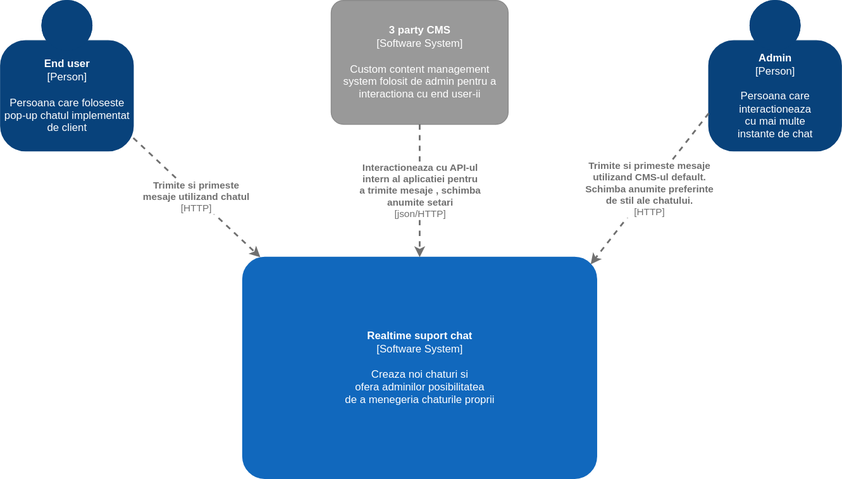
buj99/RealtimeSupportChat keeps this draw.io diagram as ContextDiagram.svg. Above is the earlier version. Source tidied: cells renumbered, new cells last; positions are measured from the earlier drawing's top-left corner, leaving out a move shared by most shapes.
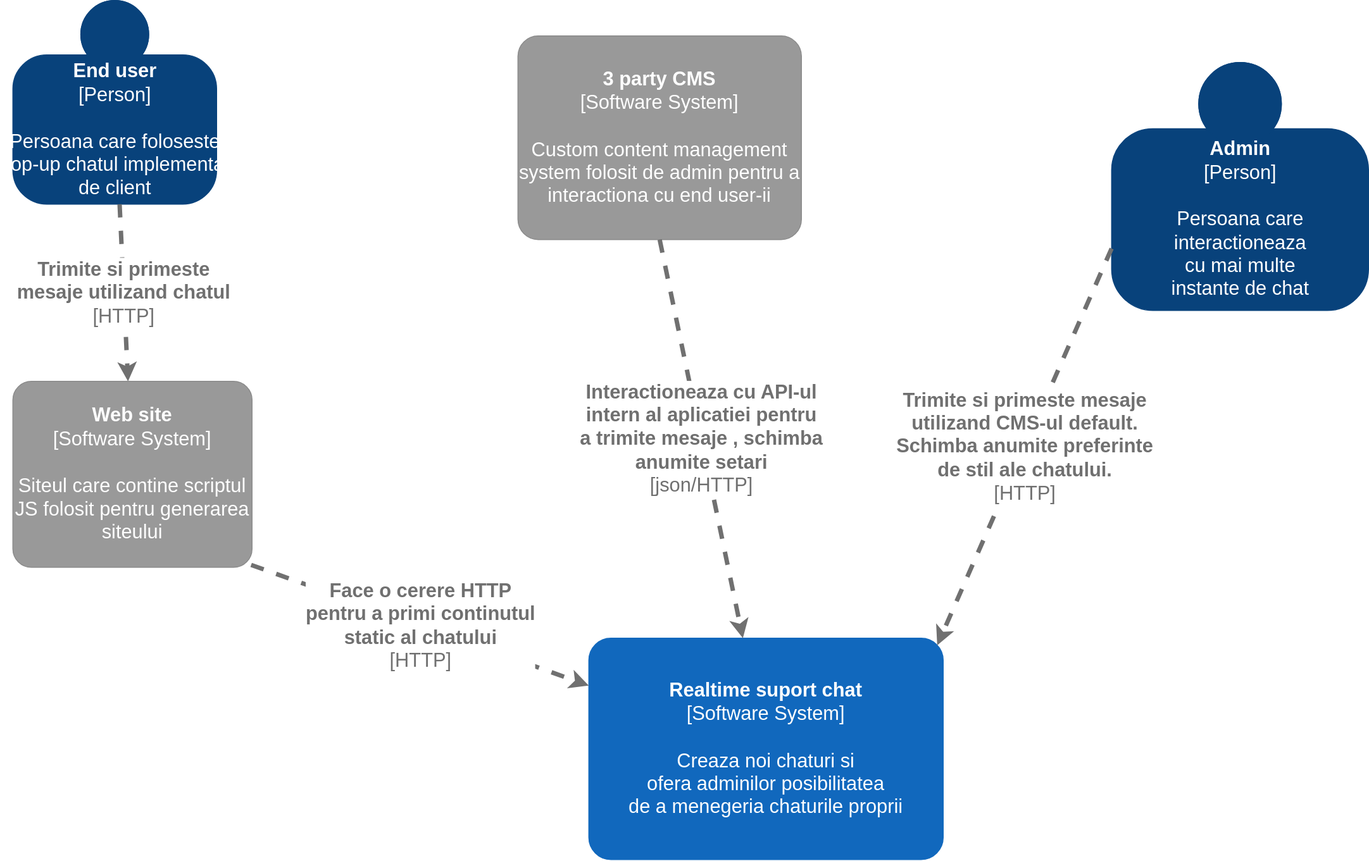
After the commit.

Diff of the diagram source:
```diff
@@ -2,43 +2,53 @@
   <root>
     <mxCell id="0" />
     <mxCell id="1" parent="0" />
-    <object id="2" label="&lt;b&gt;%c4Name%&lt;/b&gt;&lt;div&gt;[%c4Type%]&lt;/div&gt;&lt;br&gt;&lt;div&gt;%c4Description%&lt;/div&gt;" c4Description="Persoana care foloseste&#10;pop-up chatul implementat&#10; de client" c4Name="End user" c4Type="Person" placeholders="1">
-      <mxCell style="html=1;dashed=0;whitespace=wrap;shape=mxgraph.c4.person;align=center;points=[[0.5,0,0],[1,0.5,0],[1,0.75,0],[0.75,1,0],[0.5,1,0],[0.25,1,0],[0,0.75,0],[0,0.5,0]];metaData={&quot;c4Type&quot;:{&quot;editable&quot;:false}};labelBackgroundColor=none;flipH=1;flipV=0;fillColor=#08427B;strokeColor=#08427B;fontColor=#FFFFFF;" parent="1" vertex="1">
-        <mxGeometry width="150" height="170" as="geometry" />
+    <object id="2" label="&lt;b style=&quot;font-size: 22px;&quot;&gt;%c4Name%&lt;/b&gt;&lt;div style=&quot;font-size: 22px;&quot;&gt;[%c4Type%]&lt;/div&gt;&lt;br style=&quot;font-size: 22px;&quot;&gt;&lt;div style=&quot;font-size: 22px;&quot;&gt;%c4Description%&lt;/div&gt;" c4Description="Persoana care foloseste&#10;pop-up chatul implementat&#10; de client" c4Name="End user" c4Type="Person" placeholders="1">
+      <mxCell style="html=1;dashed=0;whitespace=wrap;shape=mxgraph.c4.person;align=center;points=[[0.5,0,0],[1,0.5,0],[1,0.75,0],[0.75,1,0],[0.5,1,0],[0.25,1,0],[0,0.75,0],[0,0.5,0]];metaData={&quot;c4Type&quot;:{&quot;editable&quot;:false}};labelBackgroundColor=none;flipH=1;flipV=0;fillColor=#08427B;strokeColor=#08427B;fontColor=#FFFFFF;fontSize=22;" parent="1" vertex="1">
+        <mxGeometry width="230" height="230" as="geometry" />
       </mxCell>
     </object>
-    <object id="3" label="&lt;b&gt;%c4Name%&lt;/b&gt;&lt;div&gt;[%c4Type%]&lt;/div&gt;&lt;br&gt;&lt;div&gt;%c4Description%&lt;/div&gt;" c4Description="Persoana care &#10;interactioneaza&#10;cu mai multe &#10;instante de chat&#10;" c4Name="Admin" c4Type="Person" placeholders="1">
-      <mxCell style="html=1;dashed=0;whitespace=wrap;shape=mxgraph.c4.person;align=center;points=[[0.5,0,0],[1,0.5,0],[1,0.75,0],[0.75,1,0],[0.5,1,0],[0.25,1,0],[0,0.75,0],[0,0.5,0]];metaData={&quot;c4Type&quot;:{&quot;editable&quot;:false}};labelBackgroundColor=none;flipH=1;flipV=0;fontColor=#ffffff;strokeColor=#08427B;fillColor=#08427B;" parent="1" vertex="1">
-        <mxGeometry x="800" width="150" height="170" as="geometry" />
+    <object id="3" label="&lt;b style=&quot;font-size: 22px;&quot;&gt;%c4Name%&lt;/b&gt;&lt;div style=&quot;font-size: 22px;&quot;&gt;[%c4Type%]&lt;/div&gt;&lt;br style=&quot;font-size: 22px;&quot;&gt;&lt;div style=&quot;font-size: 22px;&quot;&gt;%c4Description%&lt;/div&gt;" c4Description="Persoana care &#10;interactioneaza&#10;cu mai multe &#10;instante de chat&#10;" c4Name="Admin" c4Type="Person" placeholders="1">
+      <mxCell style="html=1;dashed=0;whitespace=wrap;shape=mxgraph.c4.person;align=center;points=[[0.5,0,0],[1,0.5,0],[1,0.75,0],[0.75,1,0],[0.5,1,0],[0.25,1,0],[0,0.75,0],[0,0.5,0]];metaData={&quot;c4Type&quot;:{&quot;editable&quot;:false}};labelBackgroundColor=none;flipH=1;flipV=0;fontColor=#ffffff;strokeColor=#08427B;fillColor=#08427B;fontSize=22;" parent="1" vertex="1">
+        <mxGeometry x="1240" y="70" width="290" height="280" as="geometry" />
       </mxCell>
     </object>
-    <object id="4" label="&lt;b&gt;%c4Name%&lt;/b&gt;&lt;div&gt;[%c4Type%]&lt;/div&gt;&lt;br&gt;&lt;div&gt;%c4Description%&lt;/div&gt;" c4Description="Custom content management &#10;system folosit de admin pentru a interactiona cu end user-ii" c4Name="3 party CMS" c4Type="Software System" placeholders="1">
-      <mxCell style="rounded=1;whiteSpace=wrap;html=1;labelBackgroundColor=none;fillColor=#999999;fontColor=#ffffff;align=center;arcSize=10;strokeColor=#8A8A8A;metaData={&quot;c4Type&quot;:{&quot;editable&quot;:false}};points=[[0.25,0,0],[0.5,0,0],[0.75,0,0],[1,0.25,0],[1,0.5,0],[1,0.75,0],[0.75,1,0],[0.5,1,0],[0.25,1,0],[0,0.75,0],[0,0.5,0],[0,0.25,0]];sketch=0;" parent="1" vertex="1">
-        <mxGeometry x="373.5" width="200" height="140" as="geometry" />
+    <object id="4" label="&lt;b style=&quot;font-size: 22px;&quot;&gt;%c4Name%&lt;/b&gt;&lt;div style=&quot;font-size: 22px;&quot;&gt;[%c4Type%]&lt;/div&gt;&lt;br style=&quot;font-size: 22px;&quot;&gt;&lt;div style=&quot;font-size: 22px;&quot;&gt;%c4Description%&lt;/div&gt;" c4Description="Custom content management &#10;system folosit de admin pentru a interactiona cu end user-ii" c4Name="3 party CMS" c4Type="Software System" placeholders="1">
+      <mxCell style="rounded=1;whiteSpace=wrap;html=1;labelBackgroundColor=none;fillColor=#999999;fontColor=#ffffff;align=center;arcSize=10;strokeColor=#8A8A8A;metaData={&quot;c4Type&quot;:{&quot;editable&quot;:false}};points=[[0.25,0,0],[0.5,0,0],[0.75,0,0],[1,0.25,0],[1,0.5,0],[1,0.75,0],[0.75,1,0],[0.5,1,0],[0.25,1,0],[0,0.75,0],[0,0.5,0],[0,0.25,0]];sketch=0;fontSize=22;" parent="1" vertex="1">
+        <mxGeometry x="570" y="40" width="320" height="230" as="geometry" />
       </mxCell>
     </object>
-    <object id="5" label="&lt;b&gt;%c4Name%&lt;/b&gt;&lt;div&gt;[%c4Type%]&lt;/div&gt;&lt;br&gt;&lt;div&gt;%c4Description%&lt;/div&gt;" c4Description="Creaza noi chaturi si &#10;ofera adminilor posibilitatea&#10;de a menegeria  chaturile proprii" c4Name="Realtime suport chat" c4Type="Software System" placeholders="1">
-      <mxCell style="rounded=1;whiteSpace=wrap;html=1;labelBackgroundColor=none;fillColor=#1168BD;fontColor=#ffffff;align=center;arcSize=10;strokeColor=#1168BD;metaData={&quot;c4Type&quot;:{&quot;editable&quot;:false}};points=[[0.25,0,0],[0.5,0,0],[0.75,0,0],[1,0.25,0],[1,0.5,0],[1,0.75,0],[0.75,1,0],[0.5,1,0],[0.25,1,0],[0,0.75,0],[0,0.5,0],[0,0.25,0]];sketch=0;" parent="1" vertex="1">
-        <mxGeometry x="273.5" y="290" width="400" height="250" as="geometry" />
+    <object id="5" label="&lt;b style=&quot;font-size: 22px;&quot;&gt;%c4Name%&lt;/b&gt;&lt;div style=&quot;font-size: 22px;&quot;&gt;[%c4Type%]&lt;/div&gt;&lt;br style=&quot;font-size: 22px;&quot;&gt;&lt;div style=&quot;font-size: 22px;&quot;&gt;%c4Description%&lt;/div&gt;" c4Description="Creaza noi chaturi si &#10;ofera adminilor posibilitatea&#10;de a menegeria  chaturile proprii" c4Name="Realtime suport chat" c4Type="Software System" placeholders="1">
+      <mxCell style="rounded=1;whiteSpace=wrap;html=1;labelBackgroundColor=none;fillColor=#1168BD;fontColor=#ffffff;align=center;arcSize=10;strokeColor=#1168BD;metaData={&quot;c4Type&quot;:{&quot;editable&quot;:false}};points=[[0.25,0,0],[0.5,0,0],[0.75,0,0],[1,0.25,0],[1,0.5,0],[1,0.75,0],[0.75,1,0],[0.5,1,0],[0.25,1,0],[0,0.75,0],[0,0.5,0],[0,0.25,0]];sketch=0;fontSize=22;" parent="1" vertex="1">
+        <mxGeometry x="650" y="720" width="400" height="250" as="geometry" />
       </mxCell>
     </object>
-    <mxCell id="6" value="Text" style="text;html=1;align=center;verticalAlign=middle;fontColor=#FFFFFF;" parent="1" vertex="1">
-      <mxGeometry x="280" y="200" width="40" height="20" as="geometry" />
+    <mxCell id="6" value="Text" style="text;html=1;align=center;verticalAlign=middle;fontColor=#FFFFFF;fontSize=22;" parent="1" vertex="1">
+      <mxGeometry x="270" y="195" width="60" height="30" as="geometry" />
     </mxCell>
-    <object id="7" label="&lt;div style=&quot;text-align: left&quot;&gt;&lt;div style=&quot;text-align: center&quot;&gt;&lt;b&gt;%c4Description%&lt;/b&gt;&lt;/div&gt;&lt;div style=&quot;text-align: center&quot;&gt;[%c4Technology%]&lt;/div&gt;&lt;/div&gt;" c4Description="Trimite si primeste mesaje&#10;utilizand CMS-ul default.&#10;Schimba anumite preferinte&#10;de stil ale chatului." c4Technology="HTTP" c4Type="Relationship" placeholders="1">
-      <mxCell style="edgeStyle=none;rounded=0;html=1;entryX=0.983;entryY=0.032;jettySize=auto;strokeColor=#707070;strokeWidth=2;fontColor=#707070;jumpStyle=none;dashed=1;metaData={&quot;c4Type&quot;:{&quot;editable&quot;:false}};entryDx=0;entryDy=0;entryPerimeter=0;exitX=1;exitY=0.75;exitDx=0;exitDy=0;exitPerimeter=0;labelBackgroundColor=#FFFFFF;" parent="1" edge="1" source="3" target="5">
+    <object id="7" label="&lt;div style=&quot;text-align: left; font-size: 22px;&quot;&gt;&lt;div style=&quot;text-align: center; font-size: 22px;&quot;&gt;&lt;b style=&quot;font-size: 22px;&quot;&gt;%c4Description%&lt;/b&gt;&lt;/div&gt;&lt;div style=&quot;text-align: center; font-size: 22px;&quot;&gt;[%c4Technology%]&lt;/div&gt;&lt;/div&gt;" c4Description="Trimite si primeste mesaje&#10;utilizand CMS-ul default.&#10;Schimba anumite preferinte&#10;de stil ale chatului." c4Technology="HTTP" c4Type="Relationship" placeholders="1">
+      <mxCell style="edgeStyle=none;rounded=0;html=1;entryX=0.983;entryY=0.032;jettySize=auto;strokeColor=#707070;strokeWidth=5;fontColor=#707070;jumpStyle=none;dashed=1;metaData={&quot;c4Type&quot;:{&quot;editable&quot;:false}};entryDx=0;entryDy=0;entryPerimeter=0;exitX=1;exitY=0.75;exitDx=0;exitDy=0;exitPerimeter=0;labelBackgroundColor=#FFFFFF;fontSize=22;" parent="1" edge="1" source="3" target="5">
         <mxGeometry relative="1" as="geometry" />
       </mxCell>
     </object>
-    <object id="8" label="&lt;div style=&quot;text-align: left&quot;&gt;&lt;div style=&quot;text-align: center&quot;&gt;&lt;b&gt;%c4Description%&lt;/b&gt;&lt;/div&gt;&lt;div style=&quot;text-align: center&quot;&gt;[%c4Technology%]&lt;/div&gt;&lt;/div&gt;" c4Description="Trimite si primeste&#10; mesaje utilizand chatul " c4Technology="HTTP" c4Type="Relationship" placeholders="1">
-      <mxCell style="edgeStyle=none;rounded=0;html=1;jettySize=auto;strokeColor=#707070;strokeWidth=2;fontColor=#707070;jumpStyle=none;dashed=1;metaData={&quot;c4Type&quot;:{&quot;editable&quot;:false}};labelBackgroundColor=#FFFFFF;entryX=0.05;entryY=0;entryDx=0;entryDy=0;entryPerimeter=0;" parent="1" edge="1" source="2" target="5">
+    <object id="8" label="&lt;div style=&quot;text-align: left; font-size: 22px;&quot;&gt;&lt;div style=&quot;text-align: center; font-size: 22px;&quot;&gt;&lt;b style=&quot;font-size: 22px;&quot;&gt;%c4Description%&lt;/b&gt;&lt;/div&gt;&lt;div style=&quot;text-align: center; font-size: 22px;&quot;&gt;[%c4Technology%]&lt;/div&gt;&lt;/div&gt;" c4Description="Trimite si primeste&#10; mesaje utilizand chatul " c4Technology="HTTP" c4Type="Relationship" placeholders="1">
+      <mxCell style="edgeStyle=none;rounded=0;html=1;jettySize=auto;strokeColor=#707070;strokeWidth=5;fontColor=#707070;jumpStyle=none;dashed=1;metaData={&quot;c4Type&quot;:{&quot;editable&quot;:false}};labelBackgroundColor=#FFFFFF;fontSize=22;" parent="1" edge="1" source="2" target="10">
         <mxGeometry relative="1" as="geometry" />
       </mxCell>
     </object>
-    <object id="9" label="&lt;div style=&quot;text-align: left&quot;&gt;&lt;div style=&quot;text-align: center&quot;&gt;&lt;b&gt;%c4Description%&lt;/b&gt;&lt;/div&gt;&lt;div style=&quot;text-align: center&quot;&gt;[%c4Technology%]&lt;/div&gt;&lt;/div&gt;" c4Description="Interactioneaza cu API-ul &#10;intern al aplicatiei pentru&#10; a trimite mesaje , schimba&#10;anumite setari " c4Technology="json/HTTP" c4Type="Relationship" placeholders="1">
-      <mxCell style="edgeStyle=none;rounded=0;html=1;jettySize=auto;strokeColor=#707070;strokeWidth=2;fontColor=#707070;jumpStyle=none;dashed=1;metaData={&quot;c4Type&quot;:{&quot;editable&quot;:false}};labelBackgroundColor=#FFFFFF;exitX=0.5;exitY=1;exitDx=0;exitDy=0;exitPerimeter=0;" parent="1" edge="1" source="4" target="5">
+    <object id="9" label="&lt;div style=&quot;text-align: left; font-size: 22px;&quot;&gt;&lt;div style=&quot;text-align: center; font-size: 22px;&quot;&gt;&lt;b style=&quot;font-size: 22px;&quot;&gt;%c4Description%&lt;/b&gt;&lt;/div&gt;&lt;div style=&quot;text-align: center; font-size: 22px;&quot;&gt;[%c4Technology%]&lt;/div&gt;&lt;/div&gt;" c4Description="Interactioneaza cu API-ul &#10;intern al aplicatiei pentru&#10; a trimite mesaje , schimba&#10;anumite setari " c4Technology="json/HTTP" c4Type="Relationship" placeholders="1">
+      <mxCell style="edgeStyle=none;rounded=0;html=1;jettySize=auto;strokeColor=#707070;strokeWidth=5;fontColor=#707070;jumpStyle=none;dashed=1;metaData={&quot;c4Type&quot;:{&quot;editable&quot;:false}};labelBackgroundColor=#FFFFFF;exitX=0.5;exitY=1;exitDx=0;exitDy=0;exitPerimeter=0;fontSize=22;" parent="1" edge="1" source="4" target="5">
         <mxGeometry relative="1" as="geometry" />
       </mxCell>
     </object>
+    <object id="10" label="&lt;b style=&quot;font-size: 22px;&quot;&gt;%c4Name%&lt;/b&gt;&lt;div style=&quot;font-size: 22px;&quot;&gt;[%c4Type%]&lt;/div&gt;&lt;br style=&quot;font-size: 22px;&quot;&gt;&lt;div style=&quot;font-size: 22px;&quot;&gt;%c4Description%&lt;/div&gt;" c4Description="Siteul care contine scriptul JS folosit pentru generarea siteului" c4Name="Web site" c4Type="Software System" placeholders="1">
+      <mxCell style="rounded=1;whiteSpace=wrap;html=1;labelBackgroundColor=none;fillColor=#999999;fontColor=#ffffff;align=center;arcSize=10;strokeColor=#8A8A8A;metaData={&quot;c4Type&quot;:{&quot;editable&quot;:false}};points=[[0.25,0,0],[0.5,0,0],[0.75,0,0],[1,0.25,0],[1,0.5,0],[1,0.75,0],[0.75,1,0],[0.5,1,0],[0.25,1,0],[0,0.75,0],[0,0.5,0],[0,0.25,0]];sketch=0;fontSize=22;" parent="1" vertex="1">
+        <mxGeometry y="430" width="270" height="210" as="geometry" />
+      </mxCell>
+    </object>
+    <object id="11" label="&lt;div style=&quot;text-align: left; font-size: 22px;&quot;&gt;&lt;div style=&quot;text-align: center; font-size: 22px;&quot;&gt;&lt;b style=&quot;font-size: 22px;&quot;&gt;%c4Description%&lt;/b&gt;&lt;/div&gt;&lt;div style=&quot;text-align: center; font-size: 22px;&quot;&gt;[%c4Technology%]&lt;/div&gt;&lt;/div&gt;" c4Description="Face o cerere HTTP &#10;pentru a primi continutul &#10;static al chatului " c4Technology="HTTP" c4Type="Relationship" placeholders="1">
+      <mxCell style="edgeStyle=none;rounded=0;html=1;jettySize=auto;strokeColor=#707070;strokeWidth=5;fontColor=#707070;jumpStyle=none;dashed=1;metaData={&quot;c4Type&quot;:{&quot;editable&quot;:false}};labelBackgroundColor=#FFFFFF;exitX=0.996;exitY=0.987;exitDx=0;exitDy=0;exitPerimeter=0;fontSize=22;" parent="1" edge="1" source="10" target="5">
+        <mxGeometry relative="1" as="geometry" />
+      </mxCell>
+    </object>
   </root>
 </mxGraphModel>
```
